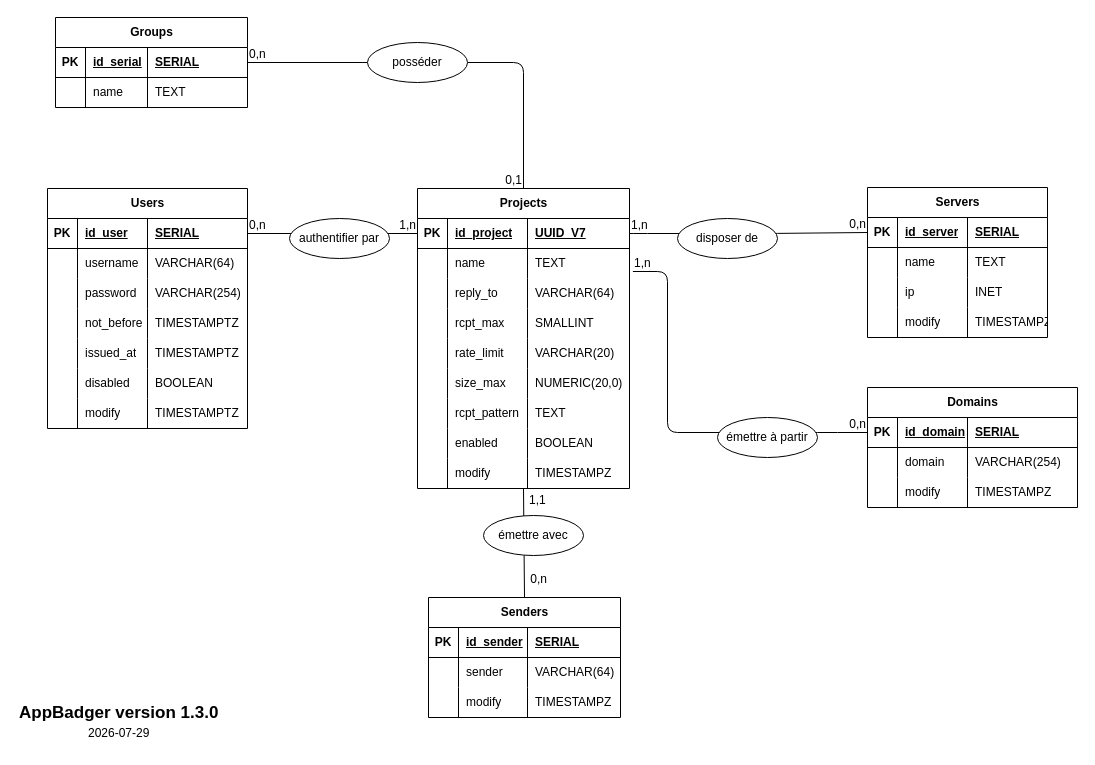
The draw.io diagram Doc/mcd.drawio in matyas-cyril/appmail-badger, before the edit. Source tidied: cells renumbered, new cells numbered last; positions are measured from the earlier drawing's top-left corner, leaving out a move shared by most shapes. Both pictures are drawn from the tidied source at 100%, with x=0, y=0 at pixel (17, 17).
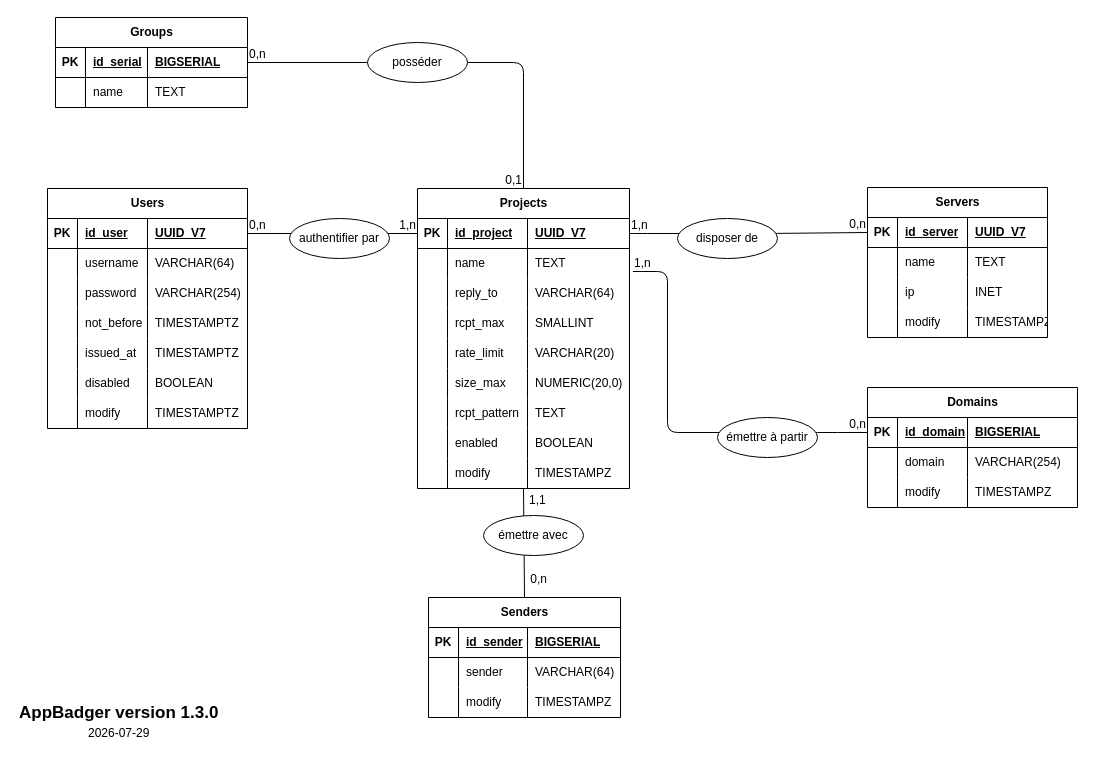
The same diagram, later.

Commit message:
Correction des types

The change refers to these unchanged cells:
```xml
<mxCell id="40" style="shape=tableRow;horizontal=0;startSize=0;swimlaneHead=0;swimlaneBody=0;fillColor=none;points=[[0,0.5],[1,0.5]];portConstraint=eastwest;top=0;left=0;right=0;bottom=1;" parent="39" vertex="1">
  <mxGeometry y="30" width="200" height="30" as="geometry" />
</mxCell>
<mxCell id="69" style="shape=tableRow;horizontal=0;startSize=0;swimlaneHead=0;swimlaneBody=0;fillColor=none;points=[[0,0.5],[1,0.5]];portConstraint=eastwest;top=0;left=0;right=0;bottom=1;" parent="68" vertex="1">
  <mxGeometry y="30" width="180" height="30" as="geometry" />
</mxCell>
<mxCell id="94" style="shape=tableRow;horizontal=0;startSize=0;swimlaneHead=0;swimlaneBody=0;fillColor=none;points=[[0,0.5],[1,0.5]];portConstraint=eastwest;top=0;left=0;right=0;bottom=1;" parent="93" vertex="1">
  <mxGeometry y="30" width="210" height="30" as="geometry" />
</mxCell>
<mxCell id="111" style="shape=tableRow;horizontal=0;startSize=0;swimlaneHead=0;swimlaneBody=0;fillColor=none;top=0;left=0;right=0;bottom=1;" parent="110" vertex="1">
  <mxGeometry y="30" width="192" height="30" as="geometry" />
</mxCell>
<mxCell id="124" style="shape=tableRow;horizontal=0;startSize=0;swimlaneHead=0;swimlaneBody=0;fillColor=none;points=[[0,0.5],[1,0.5]];portConstraint=eastwest;top=0;left=0;right=0;bottom=1;" parent="123" vertex="1">
  <mxGeometry y="30" width="192" height="30" as="geometry" />
</mxCell>
```

The edit, as a diff of the source:
```diff
@@
-    <mxCell id="43" value="SERIAL" style="shape=partialRectangle;fillColor=none;top=0;left=0;bottom=0;right=0;align=left;spacingLeft=6;fontStyle=5;overflow=hidden;whiteSpace=wrap;html=1;" parent="40" vertex="1">
+    <mxCell id="43" value="UUID_V7" style="shape=partialRectangle;fillColor=none;top=0;left=0;bottom=0;right=0;align=left;spacingLeft=6;fontStyle=5;overflow=hidden;whiteSpace=wrap;html=1;" parent="40" vertex="1">
       <mxGeometry x="100" width="100" height="30" as="geometry" />
     </mxCell>
@@
-    <mxCell id="72" value="SERIAL" style="shape=partialRectangle;fillColor=none;top=0;left=0;bottom=0;right=0;align=left;spacingLeft=6;fontStyle=5;overflow=hidden;whiteSpace=wrap;html=1;" parent="69" vertex="1">
+    <mxCell id="72" value="UUID_V7" style="shape=partialRectangle;fillColor=none;top=0;left=0;bottom=0;right=0;align=left;spacingLeft=6;fontStyle=5;overflow=hidden;whiteSpace=wrap;html=1;" parent="69" vertex="1">
       <mxGeometry x="100" width="80" height="30" as="geometry" />
     </mxCell>
@@
-    <mxCell id="97" value="SERIAL" style="shape=partialRectangle;fillColor=none;top=0;left=0;bottom=0;right=0;align=left;spacingLeft=6;fontStyle=5;overflow=hidden;whiteSpace=wrap;html=1;" parent="94" vertex="1">
+    <mxCell id="97" value="BIGSERIAL" style="shape=partialRectangle;fillColor=none;top=0;left=0;bottom=0;right=0;align=left;spacingLeft=6;fontStyle=5;overflow=hidden;whiteSpace=wrap;html=1;" parent="94" vertex="1">
       <mxGeometry x="100" width="110" height="30" as="geometry" />
     </mxCell>
@@
-    <mxCell id="114" value="SERIAL" style="shape=partialRectangle;fillColor=none;top=0;left=0;bottom=0;right=0;align=left;spacingLeft=6;fontStyle=5;overflow=hidden;whiteSpace=wrap;html=1;" parent="111" vertex="1">
+    <mxCell id="114" value="BIGSERIAL" style="shape=partialRectangle;fillColor=none;top=0;left=0;bottom=0;right=0;align=left;spacingLeft=6;fontStyle=5;overflow=hidden;whiteSpace=wrap;html=1;" parent="111" vertex="1">
       <mxGeometry x="99" width="93" height="30" as="geometry" />
     </mxCell>
@@
-    <mxCell id="127" value="SERIAL" style="shape=partialRectangle;fillColor=none;top=0;left=0;bottom=0;right=0;align=left;spacingLeft=6;fontStyle=5;overflow=hidden;whiteSpace=wrap;html=1;" parent="124" vertex="1">
+    <mxCell id="127" value="BIGSERIAL" style="shape=partialRectangle;fillColor=none;top=0;left=0;bottom=0;right=0;align=left;spacingLeft=6;fontStyle=5;overflow=hidden;whiteSpace=wrap;html=1;" parent="124" vertex="1">
       <mxGeometry x="92" width="100" height="30" as="geometry" />
     </mxCell>
```
